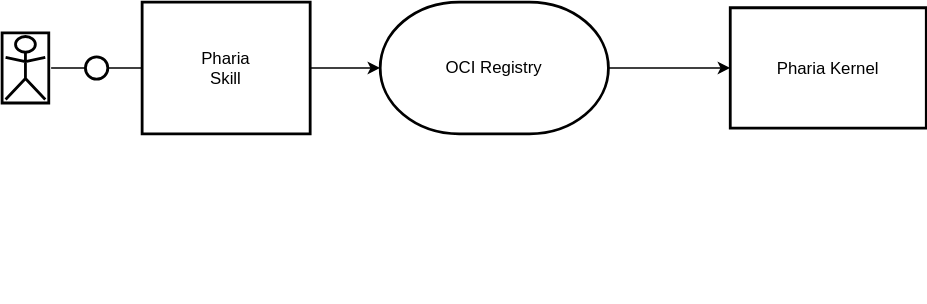
The draw.io diagram tam/skill-deploy.drawio.svg in Aleph-Alpha/pharia-engine, before a commit. Source tidied: cells renumbered, new cells last; positions are measured from the earlier drawing's top-left corner, leaving out a move shared by most shapes. The source it was exported from:
```xml
<mxGraphModel>
  <root>
    <mxCell id="0" />
    <mxCell id="1" parent="0" />
    <mxCell id="2" value="Pharia&#10;Skill" style="shape=agent;offsetSize=8;strokeWidth=2;" parent="1" vertex="1">
      <mxGeometry x="100" width="120" height="94" as="geometry" />
    </mxCell>
    <mxCell id="3" value="Best viewed with the &lt;a href=&quot;https://github.com/ariel-bentu/tam-drawio&quot;&gt;TAM plugin&lt;/a&gt;" style="text;html=1;shape=tamPluginMissing;" parent="1" vertex="1">
      <mxGeometry x="230" y="190" width="200" height="25" as="geometry" />
    </mxCell>
    <mxCell id="4" style="shape=actor;horizontalLabelPosition=right;align=left;labelPosition=right;strokeWidth=2;" parent="1" vertex="1">
      <mxGeometry y="22" width="35" height="50" as="geometry" />
    </mxCell>
    <mxCell id="5" value="OCI Registry" style="rounded=1;whiteSpace=wrap;html=1;arcSize=60;strokeWidth=2;" parent="1" vertex="1">
      <mxGeometry x="270" width="163" height="94" as="geometry" />
    </mxCell>
    <mxCell id="6" style="shape=useedge;endArrow=none;edgeStyle=none;useSignPosition=up;useSignDirection=none;exitX=1;exitY=0.5;exitDx=0;exitDy=0;entryX=0;entryY=0.5;entryDx=0;entryDy=0;" parent="1" edge="1" source="4" target="2">
      <mxGeometry relative="1" as="geometry" />
    </mxCell>
    <mxCell id="7" style="edgeStyle=elbowEdgeStyle;html=1;labelBackgroundColor=none;rounded=1;elbow=horizontal;endArrow=classic;endFill=1;align=left;exitX=1;exitY=0.5;exitDx=0;exitDy=0;entryX=0;entryY=0.5;entryDx=0;entryDy=0;" parent="1" edge="1" source="2" target="5">
      <mxGeometry relative="1" as="geometry" />
    </mxCell>
    <mxCell id="8" value="Pharia Kernel" style="shape=agent;offsetSize=8;strokeWidth=2;" parent="1" vertex="1">
      <mxGeometry x="520" y="4" width="140" height="86" as="geometry" />
    </mxCell>
    <mxCell id="9" style="edgeStyle=elbowEdgeStyle;html=1;labelBackgroundColor=none;rounded=1;elbow=horizontal;endArrow=classic;endFill=1;align=left;entryX=0;entryY=0.5;entryDx=0;entryDy=0;exitX=1;exitY=0.5;exitDx=0;exitDy=0;" parent="1" edge="1" source="5" target="8">
      <mxGeometry relative="1" as="geometry" />
    </mxCell>
  </root>
</mxGraphModel>
```
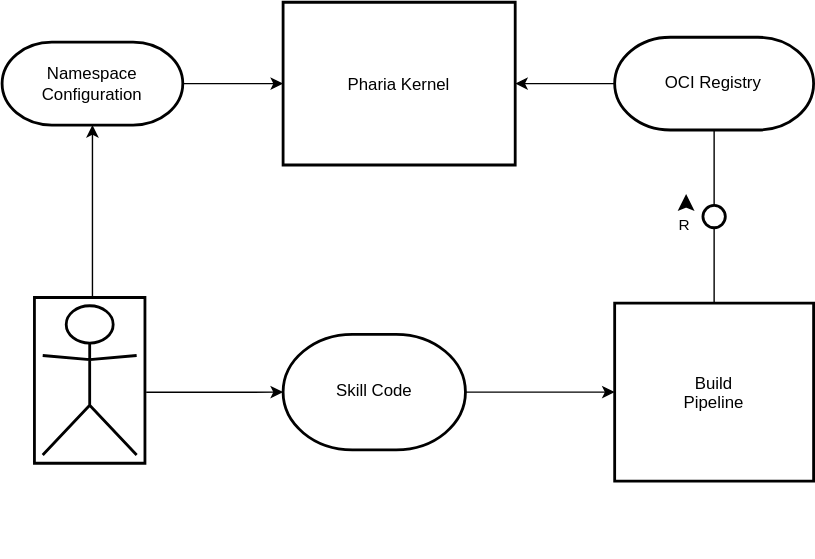
After the commit.

What changed in the source:
```diff
@@ -2,29 +2,44 @@
   <root>
     <mxCell id="0" />
     <mxCell id="1" parent="0" />
+    <mxCell id="3" value="Best viewed with the &lt;a href=&quot;https://github.com/ariel-bentu/tam-drawio&quot;&gt;TAM plugin&lt;/a&gt;" style="text;html=1;shape=tamPluginMissing;" parent="1" vertex="1">
+      <mxGeometry x="156.6" y="291.9" width="200" height="25" as="geometry" />
+    </mxCell>
-    <mxCell id="2" value="Pharia&#10;Skill" style="shape=agent;offsetSize=8;strokeWidth=2;" parent="1" vertex="1">
-      <mxGeometry x="100" width="120" height="94" as="geometry" />
+    <mxCell id="2" value="Build&#10;Pipeline" style="shape=agent;offsetSize=8;strokeWidth=2;" parent="1" vertex="1">
+      <mxGeometry x="477.4" y="134.9" width="142.1" height="127" as="geometry" />
     </mxCell>
-    <mxCell id="3" value="Best viewed with the &lt;a href=&quot;https://github.com/ariel-bentu/tam-drawio&quot;&gt;TAM plugin&lt;/a&gt;" style="text;html=1;shape=tamPluginMissing;" parent="1" vertex="1">
-      <mxGeometry x="230" y="190" width="200" height="25" as="geometry" />
-    </mxCell>
     <mxCell id="4" style="shape=actor;horizontalLabelPosition=right;align=left;labelPosition=right;strokeWidth=2;" parent="1" vertex="1">
-      <mxGeometry y="22" width="35" height="50" as="geometry" />
+      <mxGeometry x="63.1" y="130.8" width="82.9" height="118.4" as="geometry" />
     </mxCell>
     <mxCell id="5" value="OCI Registry" style="rounded=1;whiteSpace=wrap;html=1;arcSize=60;strokeWidth=2;" parent="1" vertex="1">
-      <mxGeometry x="270" width="163" height="94" as="geometry" />
+      <mxGeometry x="477.4" y="-55" width="142.1" height="66.2" as="geometry" />
     </mxCell>
-    <mxCell id="6" style="shape=useedge;endArrow=none;edgeStyle=none;useSignPosition=up;useSignDirection=none;exitX=1;exitY=0.5;exitDx=0;exitDy=0;entryX=0;entryY=0.5;entryDx=0;entryDy=0;" parent="1" edge="1" source="4" target="2">
-      <mxGeometry relative="1" as="geometry" />
-    </mxCell>
+    <mxCell id="8" value="Pharia Kernel" style="shape=agent;offsetSize=8;strokeWidth=2;" parent="1" vertex="1">
+      <mxGeometry x="240.7" y="-80" width="165.7" height="116.2" as="geometry" />
+    </mxCell>
+    <mxCell id="10" value="Skill Code" style="rounded=1;whiteSpace=wrap;html=1;arcSize=60;strokeWidth=2;" parent="1" vertex="1">
+      <mxGeometry x="240.7" y="157.2" width="130.2" height="82.5" as="geometry" />
+    </mxCell>
+    <mxCell id="11" style="edgeStyle=elbowEdgeStyle;html=1;labelBackgroundColor=none;rounded=1;elbow=horizontal;endArrow=classic;endFill=1;align=left;entryX=0;entryY=0.5;entryDx=0;entryDy=0;exitX=0.963;exitY=0.572;exitDx=0;exitDy=0;exitPerimeter=0;" parent="1" edge="1" source="4" target="10">
+      <mxGeometry relative="1" as="geometry" />
+    </mxCell>
+    <mxCell id="12" style="edgeStyle=elbowEdgeStyle;html=1;labelBackgroundColor=none;rounded=1;elbow=horizontal;endArrow=classic;endFill=1;align=left;exitX=1;exitY=0.5;exitDx=0;exitDy=0;entryX=0;entryY=0.5;entryDx=0;entryDy=0;" parent="1" edge="1" source="10" target="2">
+      <mxGeometry relative="1" as="geometry" />
+    </mxCell>
-    <mxCell id="7" style="edgeStyle=elbowEdgeStyle;html=1;labelBackgroundColor=none;rounded=1;elbow=horizontal;endArrow=classic;endFill=1;align=left;exitX=1;exitY=0.5;exitDx=0;exitDy=0;entryX=0;entryY=0.5;entryDx=0;entryDy=0;" parent="1" edge="1" source="2" target="5">
+    <mxCell id="7" style="shape=useedge;vertical=true;edgeStyle=none;endArrow=none;useSignPosition=left;useSignDirection=north;entryX=0.5;entryY=1;entryDx=0;entryDy=0;exitX=0.5;exitY=0;exitDx=0;exitDy=0;" parent="1" edge="1" source="2" target="5">
       <mxGeometry relative="1" as="geometry" />
     </mxCell>
-    <mxCell id="8" value="Pharia Kernel" style="shape=agent;offsetSize=8;strokeWidth=2;" parent="1" vertex="1">
-      <mxGeometry x="520" y="4" width="140" height="86" as="geometry" />
-    </mxCell>
-    <mxCell id="9" style="edgeStyle=elbowEdgeStyle;html=1;labelBackgroundColor=none;rounded=1;elbow=horizontal;endArrow=classic;endFill=1;align=left;entryX=0;entryY=0.5;entryDx=0;entryDy=0;exitX=1;exitY=0.5;exitDx=0;exitDy=0;" parent="1" edge="1" source="5" target="8">
+    <mxCell id="9" style="edgeStyle=elbowEdgeStyle;html=1;labelBackgroundColor=none;rounded=1;elbow=horizontal;endArrow=classic;endFill=1;align=left;exitX=0;exitY=0.5;exitDx=0;exitDy=0;entryX=1;entryY=0.5;entryDx=0;entryDy=0;" parent="1" edge="1" source="5" target="8">
       <mxGeometry relative="1" as="geometry" />
     </mxCell>
+    <mxCell id="13" value="Namespace&lt;br&gt;Configuration" style="rounded=1;whiteSpace=wrap;html=1;arcSize=60;strokeWidth=2;" parent="1" vertex="1">
+      <mxGeometry x="40" y="-51.5" width="129" height="59.2" as="geometry" />
+    </mxCell>
+    <mxCell id="14" style="edgeStyle=elbowEdgeStyle;html=1;labelBackgroundColor=none;rounded=1;elbow=vertical;endArrow=classic;endFill=1;align=center;exitX=0.5;exitY=0;exitDx=0;exitDy=0;entryX=0.5;entryY=1;entryDx=0;entryDy=0;" parent="1" edge="1" source="4" target="13">
+      <mxGeometry relative="1" as="geometry" />
+    </mxCell>
+    <mxCell id="15" style="edgeStyle=elbowEdgeStyle;html=1;labelBackgroundColor=none;rounded=1;elbow=horizontal;endArrow=classic;endFill=1;align=left;exitX=1;exitY=0.5;exitDx=0;exitDy=0;entryX=0;entryY=0.5;entryDx=0;entryDy=0;" parent="1" edge="1" source="13" target="8">
+      <mxGeometry relative="1" as="geometry" />
+    </mxCell>
   </root>
 </mxGraphModel>
```
